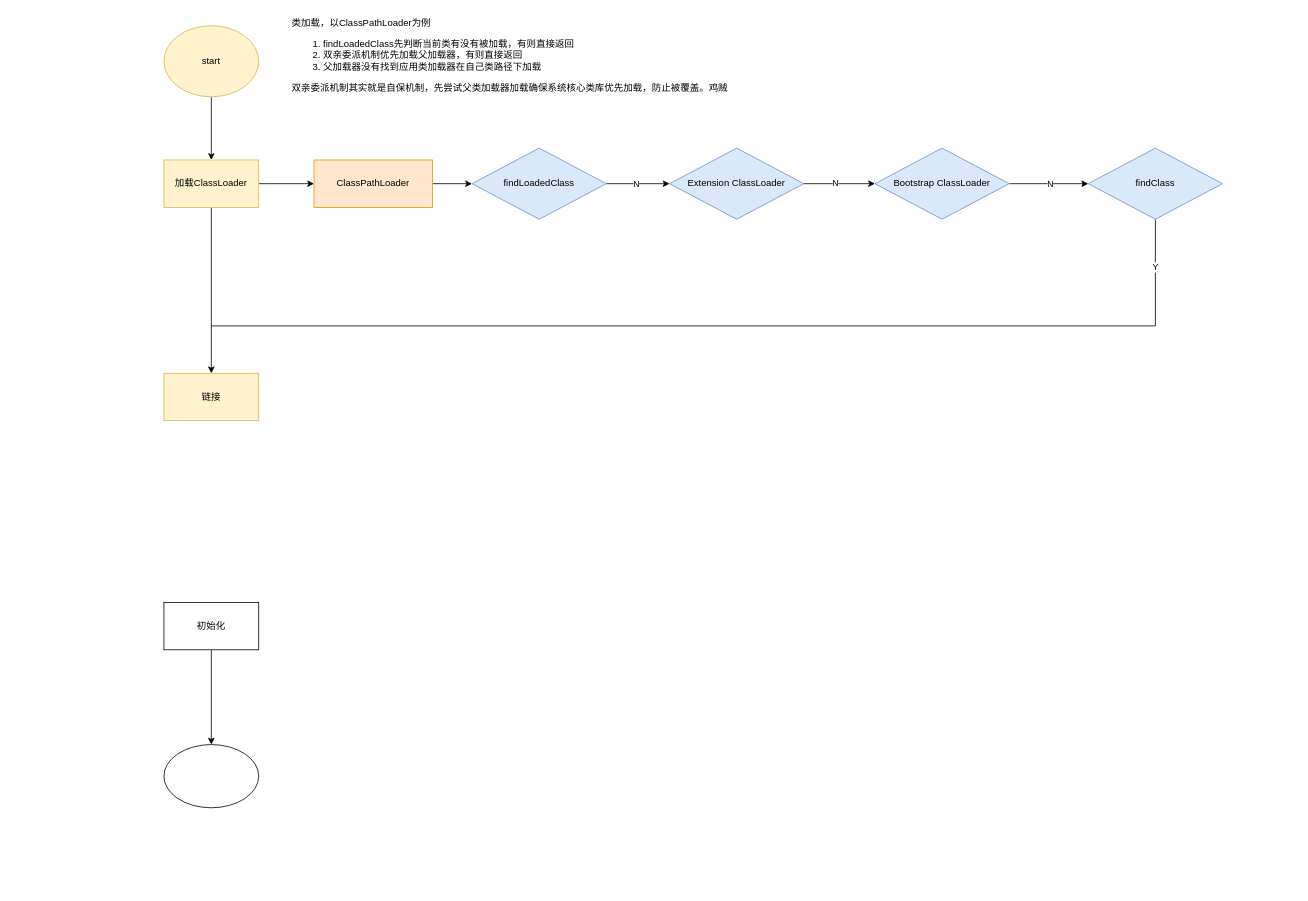
Above: 类加载.drawio in ricezong/oxox_daily (draw.io), before the change. Source tidied: cells renumbered, new cells numbered last; positions are measured from the earlier drawing's top-left corner, leaving out a move shared by most shapes. Both pictures are drawn from the tidied source at 79%, with x=0, y=0 at pixel (164, 13).
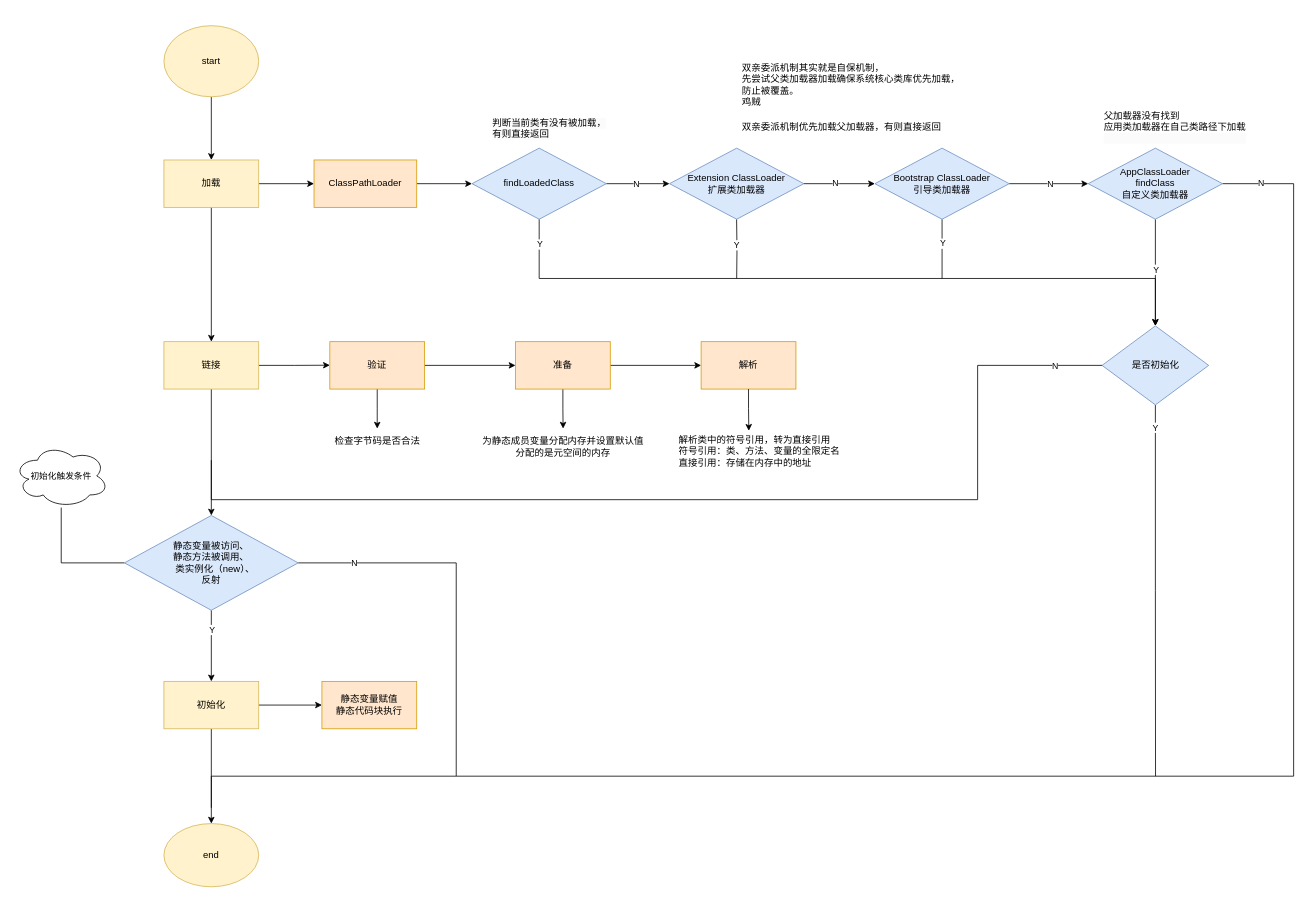
The same diagram, later.

Commit message:
更新类加载.drawio

The change refers to these unchanged cells:
```xml
<mxCell id="14" value="findLoadedClass" style="rhombus;whiteSpace=wrap;html=1;fillColor=#dae8fc;strokeColor=#6c8ebf;" parent="1" vertex="1">
  <mxGeometry x="390" y="170" width="170" height="90" as="geometry" />
</mxCell>
```

The edit, as a diff of the source:
```diff
@@
     <mxCell id="3" value="&lt;span style=&quot;text-align: left; text-wrap-mode: nowrap;&quot;&gt;ClassPathLoader&lt;/span&gt;" style="rounded=0;whiteSpace=wrap;html=1;fillColor=#ffe6cc;strokeColor=#d79b00;" parent="1" vertex="1">
-      <mxGeometry x="190" y="185" width="150" height="60" as="geometry" />
+      <mxGeometry x="190" y="185" width="130" height="60" as="geometry" />
     </mxCell>
@@
-    <mxCell id="8" value="加载ClassLoader" style="rounded=0;whiteSpace=wrap;html=1;fillColor=#fff2cc;strokeColor=#d6b656;" parent="1" vertex="1">
+    <mxCell id="8" value="加载" style="rounded=0;whiteSpace=wrap;html=1;fillColor=#fff2cc;strokeColor=#d6b656;" parent="1" vertex="1">
       <mxGeometry y="185" width="120" height="60" as="geometry" />
     </mxCell>
+    <mxCell id="26" style="edgeStyle=orthogonalEdgeStyle;rounded=0;jettySize=auto;html=1;exitX=1;exitY=0.5;exitDx=0;exitDy=0;" parent="1" edge="1" source="9">
+      <mxGeometry relative="1" as="geometry">
+        <mxPoint x="210" y="444.8" as="targetPoint" />
+      </mxGeometry>
+    </mxCell>
+    <mxCell id="27" style="edgeStyle=orthogonalEdgeStyle;rounded=0;jettySize=auto;html=1;exitX=0.5;exitY=1;exitDx=0;exitDy=0;entryX=0.5;entryY=0;entryDx=0;entryDy=0;" parent="1" edge="1" source="9" target="54">
+      <mxGeometry relative="1" as="geometry" />
+    </mxCell>
     <mxCell id="9" value="链接" style="rounded=0;whiteSpace=wrap;html=1;fillColor=#fff2cc;strokeColor=#d6b656;" parent="1" vertex="1">
-      <mxGeometry y="455" width="120" height="60" as="geometry" />
+      <mxGeometry y="415" width="120" height="60" as="geometry" />
     </mxCell>
@@
+    <mxCell id="28" style="edgeStyle=orthogonalEdgeStyle;rounded=0;jettySize=auto;html=1;" parent="1" edge="1" source="11" target="57">
+      <mxGeometry relative="1" as="geometry" />
+    </mxCell>
-    <mxCell id="11" value="初始化" style="rounded=0;whiteSpace=wrap;html=1;" parent="1" vertex="1">
-      <mxGeometry y="745" width="120" height="60" as="geometry" />
+    <mxCell id="11" value="初始化" style="rounded=0;whiteSpace=wrap;html=1;fillColor=#fff2cc;strokeColor=#d6b656;" parent="1" vertex="1">
+      <mxGeometry y="845" width="120" height="60" as="geometry" />
     </mxCell>
@@
+    <mxCell id="29" style="edgeStyle=orthogonalEdgeStyle;rounded=0;jettySize=auto;html=1;exitX=0.5;exitY=1;exitDx=0;exitDy=0;" parent="1" edge="1" source="14" target="62">
+      <mxGeometry relative="1" as="geometry">
+        <Array as="points">
+          <mxPoint x="475" y="335" />
+          <mxPoint x="1255" y="335" />
+        </Array>
+      </mxGeometry>
+    </mxCell>
+    <mxCell id="30" value="Y" style="edgeLabel;html=1;align=center;verticalAlign=middle;" parent="29" vertex="1">
+      <mxGeometry x="-0.97" relative="1" as="geometry">
+        <mxPoint y="17" as="offset" />
+      </mxGeometry>
+    </mxCell>
@@
-    <mxCell id="15" style="ellipse;whiteSpace=wrap;html=1;" parent="1" vertex="1">
-      <mxGeometry y="925" width="120" height="80" as="geometry" />
+    <mxCell id="15" value="end" style="ellipse;whiteSpace=wrap;html=1;fillColor=#fff2cc;strokeColor=#d6b656;" parent="1" vertex="1">
+      <mxGeometry y="1025" width="120" height="80" as="geometry" />
     </mxCell>
@@
+    <mxCell id="31" style="edgeStyle=orthogonalEdgeStyle;rounded=0;orthogonalLoop=1;jettySize=auto;html=1;exitX=0.5;exitY=1;exitDx=0;exitDy=0;endArrow=none;endFill=0;jumpSize=12;" parent="1" edge="1">
+      <mxGeometry relative="1" as="geometry">
+        <mxPoint x="724.9" y="260" as="sourcePoint" />
+        <mxPoint x="725" y="335" as="targetPoint" />
+      </mxGeometry>
+    </mxCell>
+    <mxCell id="32" value="Y" style="edgeLabel;html=1;align=center;verticalAlign=middle;" parent="31" vertex="1">
+      <mxGeometry x="-0.15" y="-1" relative="1" as="geometry" />
+    </mxCell>
-    <mxCell id="18" value="Extension ClassLoader" style="rhombus;whiteSpace=wrap;html=1;fillColor=#dae8fc;strokeColor=#6c8ebf;" parent="1" vertex="1">
+    <mxCell id="18" value="Extension ClassLoader&lt;div&gt;扩展类加载器&lt;/div&gt;" style="rhombus;whiteSpace=wrap;html=1;fillColor=#dae8fc;strokeColor=#6c8ebf;" parent="1" vertex="1">
       <mxGeometry x="640" y="170" width="170" height="90" as="geometry" />
     </mxCell>
@@
+    <mxCell id="33" style="edgeStyle=orthogonalEdgeStyle;rounded=0;jettySize=auto;html=1;exitX=0.5;exitY=1;exitDx=0;exitDy=0;endArrow=none;endFill=0;" parent="1" edge="1" source="21">
+      <mxGeometry relative="1" as="geometry">
+        <mxPoint x="985" y="335" as="targetPoint" />
+      </mxGeometry>
+    </mxCell>
+    <mxCell id="34" value="Y" style="edgeLabel;html=1;align=center;verticalAlign=middle;" parent="33" vertex="1">
+      <mxGeometry x="-0.25" relative="1" as="geometry">
+        <mxPoint y="2" as="offset" />
+      </mxGeometry>
+    </mxCell>
-    <mxCell id="21" value="Bootstrap ClassLoader" style="rhombus;whiteSpace=wrap;html=1;fillColor=#dae8fc;strokeColor=#6c8ebf;" parent="1" vertex="1">
+    <mxCell id="21" value="Bootstrap ClassLoader&lt;div&gt;引导类加载器&lt;/div&gt;" style="rhombus;whiteSpace=wrap;html=1;fillColor=#dae8fc;strokeColor=#6c8ebf;" parent="1" vertex="1">
       <mxGeometry x="900" y="170" width="170" height="90" as="geometry" />
     </mxCell>
-    <mxCell id="22" style="edgeStyle=orthogonalEdgeStyle;rounded=0;jettySize=auto;html=1;exitX=0.5;exitY=1;exitDx=0;exitDy=0;endArrow=none;endFill=0;" parent="1" edge="1" source="24">
-      <mxGeometry relative="1" as="geometry">
-        <mxPoint x="60" y="395" as="targetPoint" />
-        <Array as="points">
-          <mxPoint x="1255" y="395" />
-        </Array>
-      </mxGeometry>
-    </mxCell>
-    <mxCell id="23" value="Y" style="edgeLabel;html=1;align=center;verticalAlign=middle;" parent="22" vertex="1">
-      <mxGeometry x="-0.91" y="-1" relative="1" as="geometry" />
-    </mxCell>
+    <mxCell id="35" style="edgeStyle=orthogonalEdgeStyle;rounded=0;jettySize=auto;html=1;exitX=1;exitY=0.5;exitDx=0;exitDy=0;endArrow=none;endFill=0;" parent="1" edge="1" source="24">
+      <mxGeometry relative="1" as="geometry">
+        <mxPoint x="370" y="965" as="targetPoint" />
+        <Array as="points">
+          <mxPoint x="1430" y="215" />
+          <mxPoint x="1430" y="965" />
+        </Array>
+      </mxGeometry>
+    </mxCell>
+    <mxCell id="36" value="N" style="edgeLabel;html=1;align=center;verticalAlign=middle;" parent="35" vertex="1">
+      <mxGeometry x="-0.95" y="1" relative="1" as="geometry" />
+    </mxCell>
+    <mxCell id="37" style="edgeStyle=orthogonalEdgeStyle;rounded=0;jettySize=auto;html=1;exitX=0.5;exitY=1;exitDx=0;exitDy=0;entryX=0.5;entryY=0;entryDx=0;entryDy=0;" parent="1" edge="1" source="24" target="62">
+      <mxGeometry relative="1" as="geometry" />
+    </mxCell>
+    <mxCell id="38" value="Y" style="edgeLabel;html=1;align=center;verticalAlign=middle;" parent="37" vertex="1">
+      <mxGeometry x="-0.08" y="1" relative="1" as="geometry">
+        <mxPoint x="-1" y="1" as="offset" />
+      </mxGeometry>
+    </mxCell>
-    <mxCell id="24" value="findClass" style="rhombus;whiteSpace=wrap;html=1;fillColor=#dae8fc;strokeColor=#6c8ebf;" parent="1" vertex="1">
+    <mxCell id="24" value="&lt;div&gt;AppClassLoader&lt;/div&gt;findClass&lt;div&gt;自定义类加载器&lt;/div&gt;" style="rhombus;whiteSpace=wrap;html=1;fillColor=#dae8fc;strokeColor=#6c8ebf;" parent="1" vertex="1">
       <mxGeometry x="1170" y="170" width="170" height="90" as="geometry" />
     </mxCell>
-    <mxCell id="25" value="&lt;span style=&quot;background-color: initial;&quot;&gt;类加载，以ClassPathLoader为例&lt;/span&gt;&lt;br&gt;&lt;ol&gt;&lt;li&gt;&lt;span style=&quot;background-color: initial;&quot;&gt;&lt;span style=&quot;text-align: center; text-wrap-mode: wrap;&quot;&gt;findLoadedClass&lt;/span&gt;先判断当前类有没有被加载，有则直接返回&lt;/span&gt;&lt;/li&gt;&lt;li&gt;&lt;span style=&quot;background-color: initial;&quot;&gt;双亲委派机制优先加载父加载器，有则直接返回&lt;/span&gt;&lt;/li&gt;&lt;li&gt;&lt;span style=&quot;background-color: initial;&quot;&gt;父加载器没有找到应用类加载器在自己类路径下加载&lt;/span&gt;&lt;/li&gt;&lt;/ol&gt;&lt;div&gt;&lt;div&gt;&lt;span style=&quot;font-size: 12px;&quot;&gt;双亲委派机制其实就是自保机制，先尝试父类加载器加载确保系统核心类库优先加载，防止被覆盖。鸡贼&lt;/span&gt;&lt;/div&gt;&lt;/div&gt;&lt;div&gt;&lt;br&gt;&lt;/div&gt;" style="text;html=1;align=left;verticalAlign=middle;strokeColor=none;fillColor=none;" parent="1" vertex="1">
-      <mxGeometry x="160" width="580" height="120" as="geometry" />
-    </mxCell>
+    <mxCell id="39" style="edgeStyle=orthogonalEdgeStyle;rounded=0;jettySize=auto;html=1;exitX=1;exitY=0.5;exitDx=0;exitDy=0;entryX=0;entryY=0.5;entryDx=0;entryDy=0;" parent="1" edge="1" source="41" target="44">
+      <mxGeometry relative="1" as="geometry" />
+    </mxCell>
+    <mxCell id="40" style="edgeStyle=orthogonalEdgeStyle;rounded=0;jettySize=auto;html=1;exitX=0.5;exitY=1;exitDx=0;exitDy=0;" parent="1" edge="1" source="41">
+      <mxGeometry relative="1" as="geometry">
+        <mxPoint x="270" y="525" as="targetPoint" />
+      </mxGeometry>
+    </mxCell>
+    <mxCell id="41" value="验证" style="rounded=0;whiteSpace=wrap;html=1;fillColor=#ffe6cc;strokeColor=#d79b00;" parent="1" vertex="1">
+      <mxGeometry x="210" y="415" width="120" height="60" as="geometry" />
+    </mxCell>
+    <mxCell id="42" style="edgeStyle=orthogonalEdgeStyle;rounded=0;jettySize=auto;html=1;exitX=1;exitY=0.5;exitDx=0;exitDy=0;entryX=0;entryY=0.5;entryDx=0;entryDy=0;" parent="1" edge="1" source="44" target="45">
+      <mxGeometry relative="1" as="geometry" />
+    </mxCell>
+    <mxCell id="43" style="edgeStyle=orthogonalEdgeStyle;rounded=0;jettySize=auto;html=1;exitX=0.5;exitY=1;exitDx=0;exitDy=0;" parent="1" edge="1" source="44">
+      <mxGeometry relative="1" as="geometry">
+        <mxPoint x="505.3" y="525" as="targetPoint" />
+      </mxGeometry>
+    </mxCell>
+    <mxCell id="44" value="准备" style="rounded=0;whiteSpace=wrap;html=1;fillColor=#ffe6cc;strokeColor=#d79b00;" parent="1" vertex="1">
+      <mxGeometry x="445" y="415" width="120" height="60" as="geometry" />
+    </mxCell>
+    <mxCell id="45" value="解析" style="rounded=0;whiteSpace=wrap;html=1;fillColor=#ffe6cc;strokeColor=#d79b00;" parent="1" vertex="1">
+      <mxGeometry x="680" y="415" width="120" height="60" as="geometry" />
+    </mxCell>
+    <mxCell id="46" value="检查字节码是否合法" style="text;html=1;align=center;verticalAlign=middle;strokeColor=none;fillColor=none;" parent="1" vertex="1">
+      <mxGeometry x="205" y="526" width="130" height="30" as="geometry" />
+    </mxCell>
+    <mxCell id="47" value="为静态成员变量分配内存并设置默认值&lt;div&gt;分配的是元空间的内存&lt;/div&gt;" style="text;html=1;align=center;verticalAlign=middle;strokeColor=none;fillColor=none;" parent="1" vertex="1">
+      <mxGeometry x="390" y="528" width="230" height="40" as="geometry" />
+    </mxCell>
+    <mxCell id="48" value="解析类中的符号引用，转为直接引用&lt;div&gt;符号引用：类、方法、变量的全限定名&lt;/div&gt;&lt;div&gt;直接引用：存储在内存中的地址&lt;/div&gt;" style="text;html=1;align=left;verticalAlign=middle;points=[];strokeColor=none;fillColor=none;" parent="1" vertex="1">
+      <mxGeometry x="650" y="524" width="230" height="60" as="geometry" />
+    </mxCell>
+    <mxCell id="49" style="edgeStyle=orthogonalEdgeStyle;rounded=0;jettySize=auto;html=1;exitX=0.5;exitY=1;exitDx=0;exitDy=0;entryX=0.5;entryY=0;entryDx=0;entryDy=0;" parent="1" edge="1" source="54" target="11">
+      <mxGeometry relative="1" as="geometry" />
+    </mxCell>
+    <mxCell id="50" value="Y" style="edgeLabel;html=1;align=center;verticalAlign=middle;" parent="49" vertex="1">
+      <mxGeometry x="-0.47" y="-1" relative="1" as="geometry">
+        <mxPoint x="1" as="offset" />
+      </mxGeometry>
+    </mxCell>
+    <mxCell id="51" style="edgeStyle=orthogonalEdgeStyle;rounded=0;jettySize=auto;html=1;exitX=0;exitY=0.5;exitDx=0;exitDy=0;endArrow=none;endFill=0;" parent="1" edge="1" source="54" target="55">
+      <mxGeometry relative="1" as="geometry" />
+    </mxCell>
+    <mxCell id="52" style="edgeStyle=orthogonalEdgeStyle;rounded=0;jettySize=auto;html=1;exitX=1;exitY=0.5;exitDx=0;exitDy=0;endArrow=none;endFill=0;" parent="1" edge="1" source="54">
+      <mxGeometry relative="1" as="geometry">
+        <mxPoint x="60" y="1005" as="targetPoint" />
+        <Array as="points">
+          <mxPoint x="370" y="695" />
+          <mxPoint x="370" y="965" />
+          <mxPoint x="60" y="965" />
+        </Array>
+      </mxGeometry>
+    </mxCell>
+    <mxCell id="53" value="N" style="edgeLabel;html=1;align=center;verticalAlign=middle;" parent="52" vertex="1">
+      <mxGeometry x="-0.83" y="-2" relative="1" as="geometry">
+        <mxPoint y="-2" as="offset" />
+      </mxGeometry>
+    </mxCell>
+    <mxCell id="54" value="静态变量被访问、&lt;div&gt;静态方法被调用、&lt;/div&gt;&lt;div&gt;&amp;nbsp; &amp;nbsp;类实例化（new）、&lt;/div&gt;&lt;div&gt;反射&lt;/div&gt;" style="rhombus;whiteSpace=wrap;html=1;fillColor=#dae8fc;strokeColor=#6c8ebf;align=center;" parent="1" vertex="1">
+      <mxGeometry x="-50" y="635" width="220" height="120" as="geometry" />
+    </mxCell>
+    <mxCell id="55" value="&lt;span style=&quot;font-size: 11px; text-wrap-mode: nowrap; background-color: rgb(255, 255, 255);&quot;&gt;初始化触发条件&lt;/span&gt;" style="ellipse;shape=cloud;whiteSpace=wrap;html=1;" parent="1" vertex="1">
+      <mxGeometry x="-190" y="545" width="120" height="80" as="geometry" />
+    </mxCell>
+    <mxCell id="56" style="edgeStyle=orthogonalEdgeStyle;rounded=0;jettySize=auto;html=1;exitX=0.5;exitY=1;exitDx=0;exitDy=0;entryX=0.393;entryY=0.063;entryDx=0;entryDy=0;entryPerimeter=0;" parent="1" edge="1" source="45" target="48">
+      <mxGeometry relative="1" as="geometry" />
+    </mxCell>
+    <mxCell id="57" value="静态变量赋值&lt;div&gt;静态代码块执行&lt;/div&gt;" style="whiteSpace=wrap;html=1;fillColor=#ffe6cc;strokeColor=#d79b00;rounded=0;" parent="1" vertex="1">
+      <mxGeometry x="200" y="845" width="120" height="60" as="geometry" />
+    </mxCell>
+    <mxCell id="58" style="edgeStyle=orthogonalEdgeStyle;rounded=0;jettySize=auto;html=1;exitX=0.5;exitY=1;exitDx=0;exitDy=0;endArrow=none;endFill=0;" parent="1" edge="1" source="62">
+      <mxGeometry relative="1" as="geometry">
+        <mxPoint x="1255.2" y="965" as="targetPoint" />
+      </mxGeometry>
+    </mxCell>
+    <mxCell id="59" value="Y" style="edgeLabel;html=1;align=center;verticalAlign=middle;" parent="58" vertex="1">
+      <mxGeometry x="-0.88" y="2" relative="1" as="geometry">
+        <mxPoint x="-3" as="offset" />
+      </mxGeometry>
+    </mxCell>
+    <mxCell id="60" style="edgeStyle=orthogonalEdgeStyle;rounded=0;jettySize=auto;html=1;exitX=0;exitY=0.5;exitDx=0;exitDy=0;endArrow=none;endFill=0;" parent="1" edge="1" source="62">
+      <mxGeometry relative="1" as="geometry">
+        <mxPoint x="60" y="565" as="targetPoint" />
+        <Array as="points">
+          <mxPoint x="1030" y="445" />
+          <mxPoint x="1030" y="615" />
+          <mxPoint x="60" y="615" />
+        </Array>
+      </mxGeometry>
+    </mxCell>
+    <mxCell id="61" value="N" style="edgeLabel;html=1;align=center;verticalAlign=middle;" parent="60" vertex="1">
+      <mxGeometry x="-0.91" relative="1" as="geometry">
+        <mxPoint x="1" as="offset" />
+      </mxGeometry>
+    </mxCell>
+    <mxCell id="62" value="是否初始化" style="rhombus;whiteSpace=wrap;html=1;fillColor=#dae8fc;strokeColor=#6c8ebf;" parent="1" vertex="1">
+      <mxGeometry x="1187.5" y="395" width="135" height="100" as="geometry" />
+    </mxCell>
+    <mxCell id="63" value="&lt;span style=&quot;color: rgb(0, 0, 0); font-family: Helvetica; font-size: 12px; font-style: normal; font-variant-ligatures: normal; font-variant-caps: normal; font-weight: 400; letter-spacing: normal; orphans: 2; text-align: left; text-indent: 0px; text-transform: none; widows: 2; word-spacing: 0px; -webkit-text-stroke-width: 0px; white-space: nowrap; background-color: rgb(251, 251, 251); text-decoration-thickness: initial; text-decoration-style: initial; text-decoration-color: initial; display: inline !important; float: none;&quot;&gt;判断当前类有没有被加载，&lt;/span&gt;&lt;div&gt;&lt;span style=&quot;color: rgb(0, 0, 0); font-family: Helvetica; font-size: 12px; font-style: normal; font-variant-ligatures: normal; font-variant-caps: normal; font-weight: 400; letter-spacing: normal; orphans: 2; text-align: left; text-indent: 0px; text-transform: none; widows: 2; word-spacing: 0px; -webkit-text-stroke-width: 0px; white-space: nowrap; background-color: rgb(251, 251, 251); text-decoration-thickness: initial; text-decoration-style: initial; text-decoration-color: initial; display: inline !important; float: none;&quot;&gt;有则直接返回&lt;/span&gt;&lt;/div&gt;" style="text;whiteSpace=wrap;html=1;" parent="1" vertex="1">
+      <mxGeometry x="414" y="125" width="130" height="40" as="geometry" />
+    </mxCell>
+    <mxCell id="64" value="&lt;span style=&quot;background-color: initial; text-wrap-mode: nowrap;&quot;&gt;双亲委派机制优先加载父加载器，有则直接返回&lt;/span&gt;&lt;div&gt;&lt;br/&gt;&lt;/div&gt;" style="text;whiteSpace=wrap;html=1;" parent="1" vertex="1">
+      <mxGeometry x="730" y="130" width="330" height="80" as="geometry" />
+    </mxCell>
+    <mxCell id="65" value="&lt;span style=&quot;background-color: initial; text-wrap-mode: nowrap;&quot;&gt;父加载器没有找到&lt;/span&gt;&lt;div&gt;&lt;span style=&quot;background-color: initial; text-wrap-mode: nowrap;&quot;&gt;应用类加载器在自己类路径下加载&lt;/span&gt;&lt;br&gt;&lt;div style=&quot;forced-color-adjust: none; color: rgb(0, 0, 0); font-family: Helvetica; font-size: 12px; font-style: normal; font-variant-ligatures: normal; font-variant-caps: normal; font-weight: 400; letter-spacing: normal; orphans: 2; text-indent: 0px; text-transform: none; widows: 2; word-spacing: 0px; -webkit-text-stroke-width: 0px; white-space: nowrap; background-color: rgb(251, 251, 251); text-decoration-thickness: initial; text-decoration-style: initial; text-decoration-color: initial;&quot;&gt;&lt;br class=&quot;Apple-interchange-newline&quot;&gt;&lt;/div&gt;&lt;/div&gt;" style="text;whiteSpace=wrap;html=1;align=left;" parent="1" vertex="1">
+      <mxGeometry x="1187.5" y="115" width="200" height="80" as="geometry" />
+    </mxCell>
+    <mxCell id="66" value="&lt;span style=&quot;background-color: initial;&quot;&gt;双亲委派机制其实就是自保机制，&lt;/span&gt;&lt;div&gt;&lt;span style=&quot;background-color: initial;&quot;&gt;先尝试父类加载器加载确保系统核心类库优先加载，&lt;/span&gt;&lt;/div&gt;&lt;div&gt;&lt;span style=&quot;background-color: initial;&quot;&gt;防止被覆盖。&lt;/span&gt;&lt;/div&gt;&lt;div&gt;&lt;span style=&quot;background-color: initial;&quot;&gt;鸡贼&lt;/span&gt;&lt;br&gt;&lt;div style=&quot;forced-color-adjust: none;&quot;&gt;&lt;br style=&quot;forced-color-adjust: none; color: rgb(0, 0, 0); font-family: Helvetica; font-size: 12px; font-style: normal; font-variant-ligatures: normal; font-variant-caps: normal; font-weight: 400; letter-spacing: normal; orphans: 2; text-align: left; text-indent: 0px; text-transform: none; widows: 2; word-spacing: 0px; -webkit-text-stroke-width: 0px; white-space: nowrap; background-color: rgb(251, 251, 251); text-decoration-thickness: initial; text-decoration-style: initial; text-decoration-color: initial;&quot;&gt;&lt;/div&gt;&lt;/div&gt;" style="text;whiteSpace=wrap;html=1;" parent="1" vertex="1">
+      <mxGeometry x="730" y="55" width="280" height="90" as="geometry" />
+    </mxCell>
```
